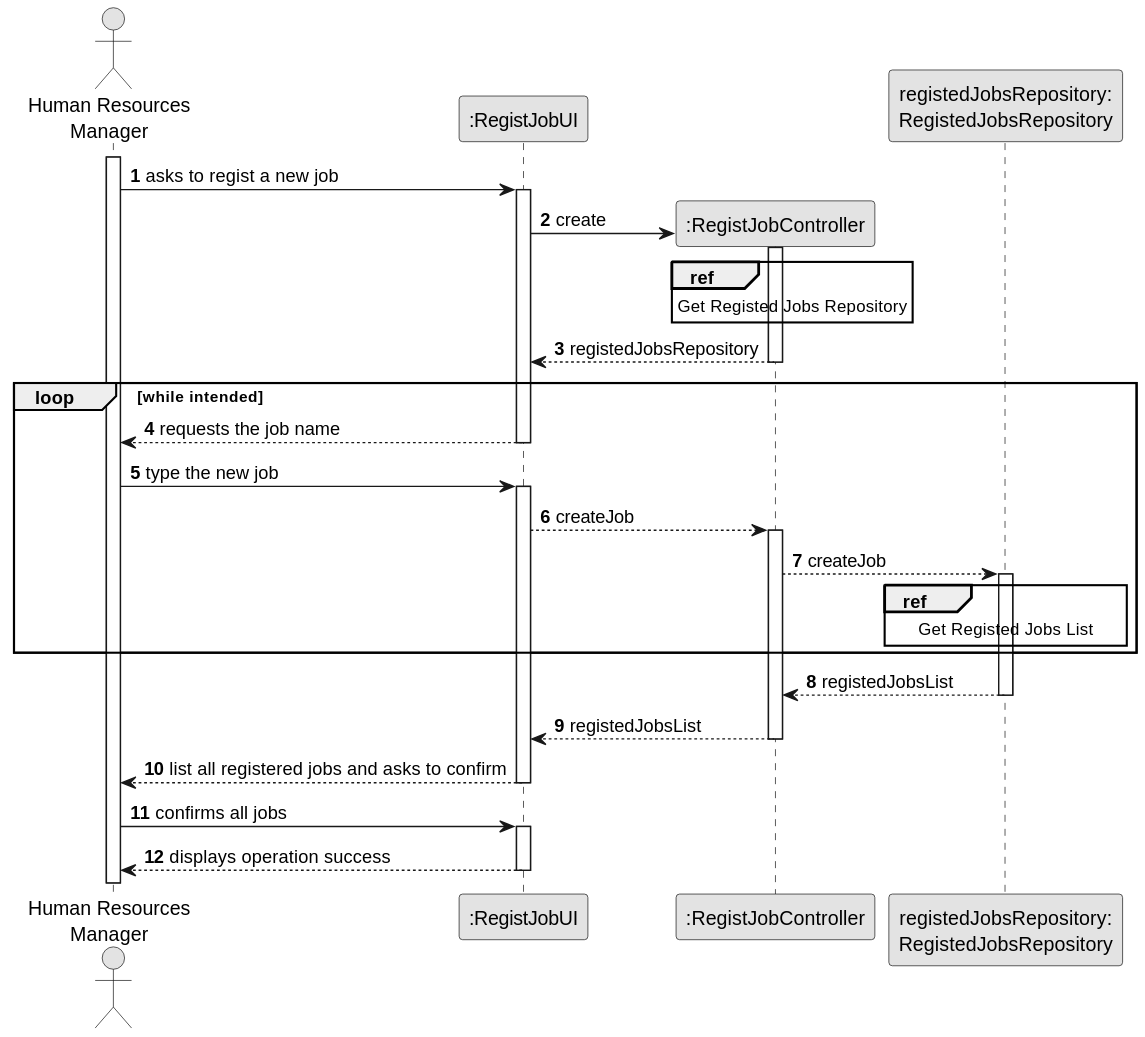
This is docs/sprint2/us002/03.design/svg/us002-sequence-diagram-split.svg from 1231360-ISEP/lei-24-s2-1db-g021, a PlantUML export, as it was before one commit. Its diagram source:
```plantuml
@startuml
skinparam monochrome true
skinparam packageStyle rectangle
skinparam shadowing false

actor "Human Resources\nManager" as HRM
participant ":RegistJobUI" as UI
participant ":RegistJobController" as CTRL
participant "registedJobsRepository:\nRegistedJobsRepository" as RegistedJobsRepository

autonumber 1

activate HRM
    HRM -> UI : asks to regist a new job
    activate UI
        UI -> CTRL** : create
        activate CTRL
        ref over CTRL
            Get Registed Jobs Repository
        end ref
        UI <-- CTRL : registedJobsRepository
        deactivate CTRL
    loop while intended
            UI --> HRM : requests the job name
        deactivate UI
        HRM -> UI : type the new job
        activate UI
            UI --> CTRL: createJob
        activate CTRL
            CTRL --> RegistedJobsRepository : createJob
            activate RegistedJobsRepository
            ref over RegistedJobsRepository
                Get Registed Jobs List
            end ref
    end
                RegistedJobsRepository --> CTRL : registedJobsList
            deactivate RegistedJobsRepository
            CTRL --> UI : registedJobsList
        deactivate CTRL
        UI --> HRM : list all registered jobs and asks to confirm
            deactivate CTRL
        deactivate UI
    HRM -> UI : confirms all jobs
    activate UI
    UI --> HRM : displays operation success
    deactivate UI
@enduml
```
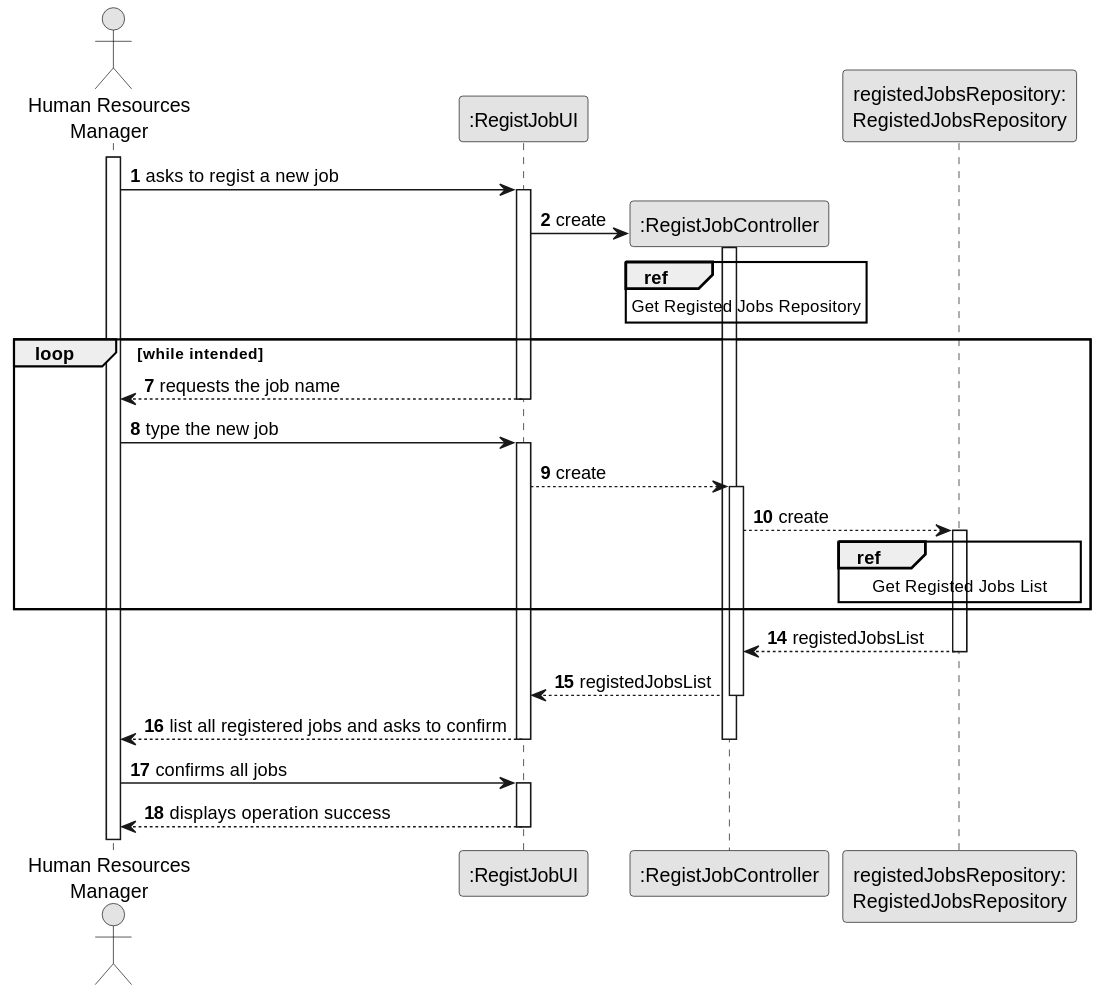
After the change.

Commit message:
US2 - Update sequence diagram split SVG

Diff of the diagram source:
```diff
@@ -18,17 +18,18 @@
         ref over CTRL
             Get Registed Jobs Repository
         end ref
-        UI <-- CTRL : registedJobsRepository
-        deactivate CTRL
+
     loop while intended
+            autonumber 7
             UI --> HRM : requests the job name
         deactivate UI
         HRM -> UI : type the new job
         activate UI
-            UI --> CTRL: createJob
+            UI --> CTRL: create
         activate CTRL
-            CTRL --> RegistedJobsRepository : createJob
+            CTRL --> RegistedJobsRepository : create
             activate RegistedJobsRepository
+            autonumber 14
             ref over RegistedJobsRepository
                 Get Registed Jobs List
             end ref
```
